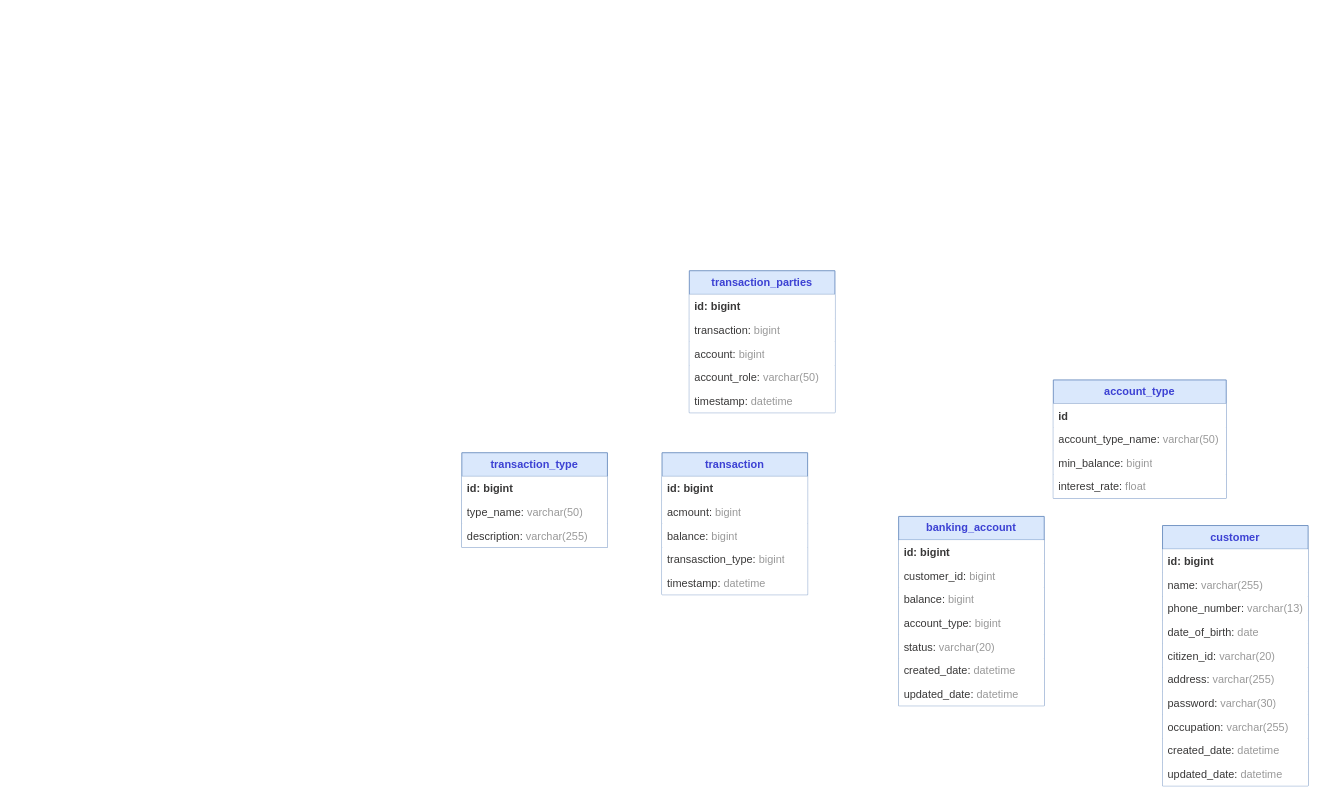
dhuy00/diagram keeps this draw.io diagram as banking/database/Banking Diagram.drawio. Above is the earlier version. Source tidied: cells renumbered, new cells numbered last; positions are measured from the earlier drawing's top-left corner, leaving out a move shared by most shapes. Both pictures are drawn from the tidied source at 91%, with x=0, y=0 at pixel (461, 270).
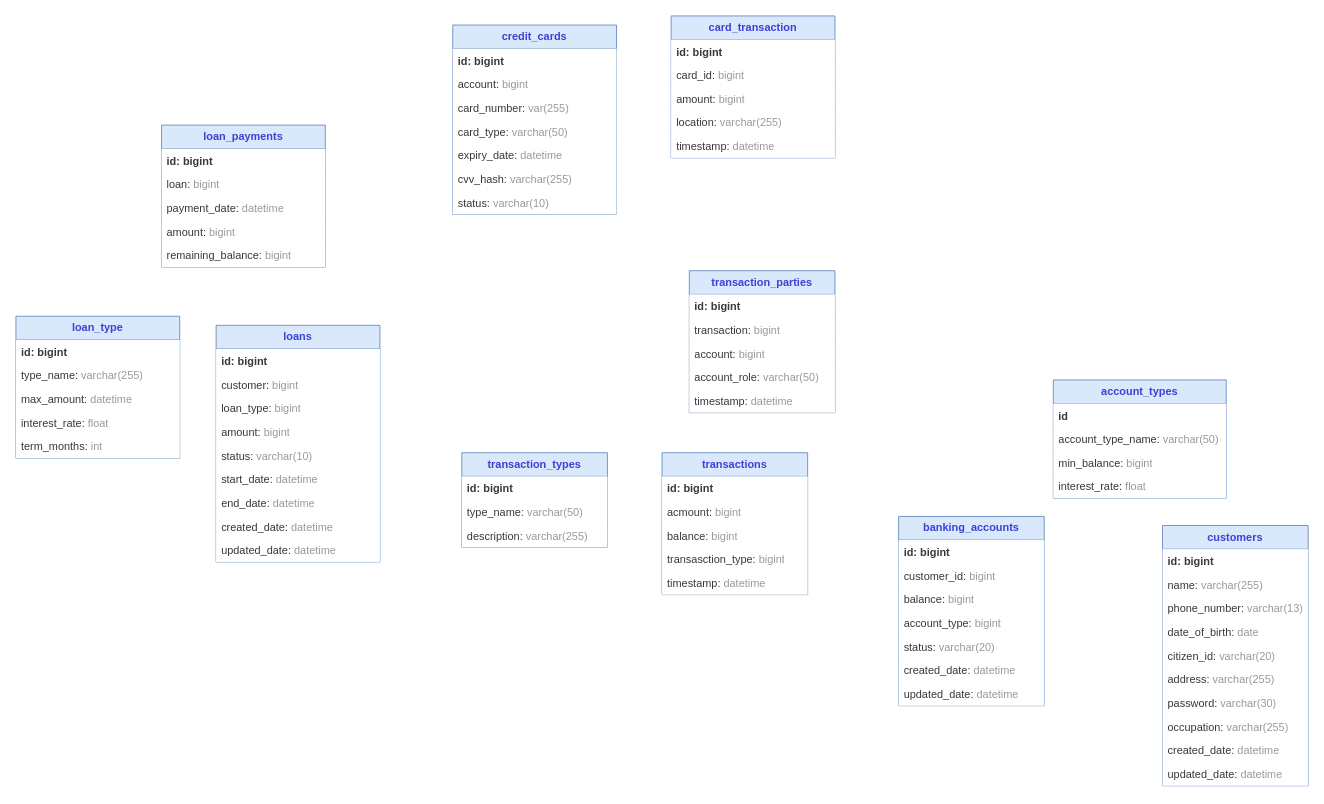
The same page after the edit.

What changed in the source:
```diff
@@
-    <mxCell id="2" value="customer" style="swimlane;fontStyle=1;horizontal=1;startSize=26;fillColor=#dae8fc;whiteSpace=wrap;html=1;strokeColor=#6c8ebf;fontColor=light-dark(#3c41d3, #ededed);" parent="1" vertex="1">
+    <mxCell id="2" value="customers" style="swimlane;fontStyle=1;horizontal=1;startSize=26;fillColor=#dae8fc;whiteSpace=wrap;html=1;strokeColor=#6c8ebf;fontColor=light-dark(#3c41d3, #ededed);" parent="1" vertex="1">
       <mxGeometry x="770" y="280" width="160" height="286" as="geometry" />
     </mxCell>
@@
-    <mxCell id="13" value="banking_account" style="swimlane;fontStyle=1;horizontal=1;startSize=26;fillColor=#dae8fc;whiteSpace=wrap;html=1;strokeColor=#6c8ebf;fontColor=light-dark(#3c41d3, #ededed);" parent="1" vertex="1">
+    <mxCell id="13" value="banking_accounts" style="swimlane;fontStyle=1;horizontal=1;startSize=26;fillColor=#dae8fc;whiteSpace=wrap;html=1;strokeColor=#6c8ebf;fontColor=light-dark(#3c41d3, #ededed);" parent="1" vertex="1">
       <mxGeometry x="480" y="270" width="160" height="208" as="geometry" />
     </mxCell>
@@
-    <mxCell id="21" value="account_type" style="swimlane;fontStyle=1;horizontal=1;startSize=26;fillColor=#dae8fc;whiteSpace=wrap;html=1;strokeColor=#6c8ebf;fontColor=light-dark(#3c41d3, #ededed);" parent="1" vertex="1">
+    <mxCell id="21" value="account_types" style="swimlane;fontStyle=1;horizontal=1;startSize=26;fillColor=#dae8fc;whiteSpace=wrap;html=1;strokeColor=#6c8ebf;fontColor=light-dark(#3c41d3, #ededed);" parent="1" vertex="1">
       <mxGeometry x="650" y="120" width="190" height="130" as="geometry" />
     </mxCell>
@@
-    <mxCell id="26" value="transaction" style="swimlane;fontStyle=1;horizontal=1;startSize=26;fillColor=#dae8fc;whiteSpace=wrap;html=1;strokeColor=#6c8ebf;fontColor=light-dark(#3c41d3, #ededed);" parent="1" vertex="1">
+    <mxCell id="26" value="transactions" style="swimlane;fontStyle=1;horizontal=1;startSize=26;fillColor=#dae8fc;whiteSpace=wrap;html=1;strokeColor=#6c8ebf;fontColor=light-dark(#3c41d3, #ededed);" parent="1" vertex="1">
       <mxGeometry x="220" y="200" width="160" height="156" as="geometry" />
     </mxCell>
@@
-    <mxCell id="32" value="transaction_type" style="swimlane;fontStyle=1;horizontal=1;startSize=26;fillColor=#dae8fc;whiteSpace=wrap;html=1;strokeColor=#6c8ebf;fontColor=light-dark(#3c41d3, #ededed);" parent="1" vertex="1">
+    <mxCell id="32" value="transaction_types" style="swimlane;fontStyle=1;horizontal=1;startSize=26;fillColor=#dae8fc;whiteSpace=wrap;html=1;strokeColor=#6c8ebf;fontColor=light-dark(#3c41d3, #ededed);" parent="1" vertex="1">
       <mxGeometry y="200" width="160" height="104" as="geometry" />
     </mxCell>
@@
+    <mxCell id="42" value="loans" style="swimlane;fontStyle=1;horizontal=1;startSize=26;fillColor=#dae8fc;whiteSpace=wrap;html=1;strokeColor=#6c8ebf;fontColor=light-dark(#3c41d3, #ededed);" parent="1" vertex="1">
+      <mxGeometry x="-270" y="60" width="180" height="260" as="geometry" />
+    </mxCell>
+    <mxCell id="43" value="id: bigint" style="text;strokeColor=none;fillColor=default;align=left;verticalAlign=top;spacingLeft=4;spacingRight=4;overflow=hidden;whiteSpace=wrap;html=1;fontStyle=1;fontColor=light-dark(#393838, #ededed);" parent="42" vertex="1">
+      <mxGeometry y="26" width="180" height="26" as="geometry" />
+    </mxCell>
+    <mxCell id="44" value="customer: &lt;font style=&quot;color: rgb(153, 153, 153);&quot;&gt;bigint&lt;/font&gt;" style="text;strokeColor=none;fillColor=default;align=left;verticalAlign=top;spacingLeft=4;spacingRight=4;overflow=hidden;whiteSpace=wrap;html=1;fontColor=light-dark(#393838,#EDEDED);" parent="42" vertex="1">
+      <mxGeometry y="52" width="180" height="26" as="geometry" />
+    </mxCell>
+    <mxCell id="45" value="loan_type:&amp;nbsp;&lt;span style=&quot;color: rgb(153, 153, 153);&quot;&gt;bigint&lt;/span&gt;" style="text;strokeColor=none;fillColor=default;align=left;verticalAlign=top;spacingLeft=4;spacingRight=4;overflow=hidden;whiteSpace=wrap;html=1;fontColor=#393838;" parent="42" vertex="1">
+      <mxGeometry y="78" width="180" height="26" as="geometry" />
+    </mxCell>
+    <mxCell id="46" value="amount: &lt;font style=&quot;color: rgb(153, 153, 153);&quot;&gt;bigint&lt;/font&gt;" style="text;strokeColor=none;fillColor=default;align=left;verticalAlign=top;spacingLeft=4;spacingRight=4;overflow=hidden;whiteSpace=wrap;html=1;fontColor=#393838;" parent="42" vertex="1">
+      <mxGeometry y="104" width="180" height="26" as="geometry" />
+    </mxCell>
+    <mxCell id="47" value="status: &lt;font color=&quot;#999999&quot;&gt;varchar(10)&lt;/font&gt;" style="text;strokeColor=none;fillColor=default;align=left;verticalAlign=top;spacingLeft=4;spacingRight=4;overflow=hidden;whiteSpace=wrap;html=1;fontColor=#393838;" parent="42" vertex="1">
+      <mxGeometry y="130" width="180" height="26" as="geometry" />
+    </mxCell>
+    <mxCell id="48" value="start_date: &lt;font color=&quot;#999999&quot;&gt;datetime&lt;/font&gt;" style="text;strokeColor=none;fillColor=default;align=left;verticalAlign=top;spacingLeft=4;spacingRight=4;overflow=hidden;whiteSpace=wrap;html=1;fontColor=#393838;" parent="42" vertex="1">
+      <mxGeometry y="156" width="180" height="26" as="geometry" />
+    </mxCell>
+    <mxCell id="49" value="end_date: &lt;font color=&quot;#999999&quot;&gt;datetime&lt;/font&gt;" style="text;strokeColor=none;fillColor=default;align=left;verticalAlign=top;spacingLeft=4;spacingRight=4;overflow=hidden;whiteSpace=wrap;html=1;fontColor=#393838;" parent="42" vertex="1">
+      <mxGeometry y="182" width="180" height="26" as="geometry" />
+    </mxCell>
+    <mxCell id="50" value="created_date: &lt;font color=&quot;#999999&quot;&gt;datetime&lt;/font&gt;" style="text;strokeColor=none;fillColor=default;align=left;verticalAlign=top;spacingLeft=4;spacingRight=4;overflow=hidden;whiteSpace=wrap;html=1;fontColor=#393838;" parent="42" vertex="1">
+      <mxGeometry y="208" width="180" height="26" as="geometry" />
+    </mxCell>
+    <mxCell id="51" value="updated_date: &lt;font color=&quot;#999999&quot;&gt;datetime&lt;/font&gt;" style="text;strokeColor=none;fillColor=default;align=left;verticalAlign=top;spacingLeft=4;spacingRight=4;overflow=hidden;whiteSpace=wrap;html=1;fontColor=#393838;" parent="42" vertex="1">
+      <mxGeometry y="234" width="180" height="26" as="geometry" />
+    </mxCell>
+    <mxCell id="52" value="loan_type" style="swimlane;fontStyle=1;horizontal=1;startSize=26;fillColor=#dae8fc;whiteSpace=wrap;html=1;strokeColor=#6c8ebf;fontColor=light-dark(#3c41d3, #ededed);" parent="1" vertex="1">
+      <mxGeometry x="-490" y="50" width="180" height="156" as="geometry" />
+    </mxCell>
+    <mxCell id="53" value="id: bigint" style="text;strokeColor=none;fillColor=default;align=left;verticalAlign=top;spacingLeft=4;spacingRight=4;overflow=hidden;whiteSpace=wrap;html=1;fontStyle=1;fontColor=light-dark(#393838, #ededed);" parent="52" vertex="1">
+      <mxGeometry y="26" width="180" height="26" as="geometry" />
+    </mxCell>
+    <mxCell id="54" value="type_name: &lt;font color=&quot;#999999&quot;&gt;varchar(255)&lt;/font&gt;" style="text;strokeColor=none;fillColor=default;align=left;verticalAlign=top;spacingLeft=4;spacingRight=4;overflow=hidden;whiteSpace=wrap;html=1;fontColor=#393838;" parent="52" vertex="1">
+      <mxGeometry y="52" width="180" height="26" as="geometry" />
+    </mxCell>
+    <mxCell id="55" value="max_amount: &lt;font color=&quot;#999999&quot;&gt;datetime&lt;/font&gt;" style="text;strokeColor=none;fillColor=default;align=left;verticalAlign=top;spacingLeft=4;spacingRight=4;overflow=hidden;whiteSpace=wrap;html=1;fontColor=#393838;" parent="52" vertex="1">
+      <mxGeometry y="78" width="180" height="26" as="geometry" />
+    </mxCell>
+    <mxCell id="56" value="interest_rate: &lt;font color=&quot;#999999&quot;&gt;float&lt;/font&gt;" style="text;strokeColor=none;fillColor=default;align=left;verticalAlign=top;spacingLeft=4;spacingRight=4;overflow=hidden;whiteSpace=wrap;html=1;fontColor=#393838;" parent="52" vertex="1">
+      <mxGeometry y="104" width="180" height="26" as="geometry" />
+    </mxCell>
+    <mxCell id="57" value="term_months: &lt;font color=&quot;#999999&quot;&gt;int&lt;/font&gt;" style="text;strokeColor=none;fillColor=default;align=left;verticalAlign=top;spacingLeft=4;spacingRight=4;overflow=hidden;whiteSpace=wrap;html=1;fontColor=#393838;" parent="52" vertex="1">
+      <mxGeometry y="130" width="180" height="26" as="geometry" />
+    </mxCell>
+    <mxCell id="58" value="loan_payments" style="swimlane;fontStyle=1;horizontal=1;startSize=26;fillColor=#dae8fc;whiteSpace=wrap;html=1;strokeColor=#6c8ebf;fontColor=light-dark(#3c41d3, #ededed);" parent="1" vertex="1">
+      <mxGeometry x="-330" y="-160" width="180" height="156" as="geometry" />
+    </mxCell>
+    <mxCell id="59" value="id: bigint" style="text;strokeColor=none;fillColor=default;align=left;verticalAlign=top;spacingLeft=4;spacingRight=4;overflow=hidden;whiteSpace=wrap;html=1;fontStyle=1;fontColor=light-dark(#393838, #ededed);" parent="58" vertex="1">
+      <mxGeometry y="26" width="180" height="26" as="geometry" />
+    </mxCell>
+    <mxCell id="60" value="loan: &lt;font style=&quot;color: rgb(153, 153, 153);&quot;&gt;bigint&lt;/font&gt;" style="text;strokeColor=none;fillColor=default;align=left;verticalAlign=top;spacingLeft=4;spacingRight=4;overflow=hidden;whiteSpace=wrap;html=1;fontColor=light-dark(#393838,#EDEDED);" parent="58" vertex="1">
+      <mxGeometry y="52" width="180" height="26" as="geometry" />
+    </mxCell>
+    <mxCell id="61" value="payment_date:&amp;nbsp;&lt;span style=&quot;color: rgb(153, 153, 153);&quot;&gt;datetime&lt;/span&gt;" style="text;strokeColor=none;fillColor=default;align=left;verticalAlign=top;spacingLeft=4;spacingRight=4;overflow=hidden;whiteSpace=wrap;html=1;fontColor=#393838;" parent="58" vertex="1">
+      <mxGeometry y="78" width="180" height="26" as="geometry" />
+    </mxCell>
+    <mxCell id="62" value="amount: &lt;font style=&quot;color: rgb(153, 153, 153);&quot;&gt;bigint&lt;/font&gt;" style="text;strokeColor=none;fillColor=default;align=left;verticalAlign=top;spacingLeft=4;spacingRight=4;overflow=hidden;whiteSpace=wrap;html=1;fontColor=#393838;" parent="58" vertex="1">
+      <mxGeometry y="104" width="180" height="26" as="geometry" />
+    </mxCell>
+    <mxCell id="63" value="remaining_balance: &lt;font style=&quot;color: rgb(153, 153, 153);&quot;&gt;bigint&lt;/font&gt;" style="text;strokeColor=none;fillColor=default;align=left;verticalAlign=top;spacingLeft=4;spacingRight=4;overflow=hidden;whiteSpace=wrap;html=1;fontColor=#393838;" parent="58" vertex="1">
+      <mxGeometry y="130" width="180" height="26" as="geometry" />
+    </mxCell>
+    <mxCell id="64" value="credit_cards" style="swimlane;fontStyle=1;horizontal=1;startSize=26;fillColor=#dae8fc;whiteSpace=wrap;html=1;strokeColor=#6c8ebf;fontColor=light-dark(#3c41d3, #ededed);" parent="1" vertex="1">
+      <mxGeometry x="-10" y="-270" width="180" height="208" as="geometry" />
+    </mxCell>
+    <mxCell id="65" value="id: bigint" style="text;strokeColor=none;fillColor=default;align=left;verticalAlign=top;spacingLeft=4;spacingRight=4;overflow=hidden;whiteSpace=wrap;html=1;fontStyle=1;fontColor=light-dark(#393838, #ededed);" parent="64" vertex="1">
+      <mxGeometry y="26" width="180" height="26" as="geometry" />
+    </mxCell>
+    <mxCell id="66" value="account: &lt;font style=&quot;color: rgb(153, 153, 153);&quot;&gt;bigint&lt;/font&gt;" style="text;strokeColor=none;fillColor=default;align=left;verticalAlign=top;spacingLeft=4;spacingRight=4;overflow=hidden;whiteSpace=wrap;html=1;fontColor=light-dark(#393838,#EDEDED);" parent="64" vertex="1">
+      <mxGeometry y="52" width="180" height="26" as="geometry" />
+    </mxCell>
+    <mxCell id="67" value="card_number:&amp;nbsp;&lt;span style=&quot;color: rgb(153, 153, 153);&quot;&gt;var(255)&lt;/span&gt;" style="text;strokeColor=none;fillColor=default;align=left;verticalAlign=top;spacingLeft=4;spacingRight=4;overflow=hidden;whiteSpace=wrap;html=1;fontColor=#393838;" parent="64" vertex="1">
+      <mxGeometry y="78" width="180" height="26" as="geometry" />
+    </mxCell>
+    <mxCell id="68" value="card_type: &lt;font color=&quot;#999999&quot;&gt;varchar(50)&lt;/font&gt;" style="text;strokeColor=none;fillColor=default;align=left;verticalAlign=top;spacingLeft=4;spacingRight=4;overflow=hidden;whiteSpace=wrap;html=1;fontColor=#393838;" parent="64" vertex="1">
+      <mxGeometry y="104" width="180" height="26" as="geometry" />
+    </mxCell>
+    <mxCell id="69" value="expiry_date: &lt;font style=&quot;color: rgb(153, 153, 153);&quot;&gt;datetime&lt;/font&gt;" style="text;strokeColor=none;fillColor=default;align=left;verticalAlign=top;spacingLeft=4;spacingRight=4;overflow=hidden;whiteSpace=wrap;html=1;fontColor=#393838;" parent="64" vertex="1">
+      <mxGeometry y="130" width="180" height="26" as="geometry" />
+    </mxCell>
+    <mxCell id="70" value="cvv_hash: &lt;font style=&quot;color: rgb(153, 153, 153);&quot;&gt;varchar(255)&lt;/font&gt;" style="text;strokeColor=none;fillColor=default;align=left;verticalAlign=top;spacingLeft=4;spacingRight=4;overflow=hidden;whiteSpace=wrap;html=1;fontColor=#393838;" parent="64" vertex="1">
+      <mxGeometry y="156" width="180" height="26" as="geometry" />
+    </mxCell>
+    <mxCell id="71" value="status: &lt;font style=&quot;color: rgb(153, 153, 153);&quot;&gt;varchar(10)&lt;/font&gt;" style="text;strokeColor=none;fillColor=default;align=left;verticalAlign=top;spacingLeft=4;spacingRight=4;overflow=hidden;whiteSpace=wrap;html=1;fontColor=#393838;" parent="64" vertex="1">
+      <mxGeometry y="182" width="180" height="26" as="geometry" />
+    </mxCell>
+    <mxCell id="72" value="card_transaction" style="swimlane;fontStyle=1;horizontal=1;startSize=26;fillColor=#dae8fc;whiteSpace=wrap;html=1;strokeColor=#6c8ebf;fontColor=light-dark(#3c41d3, #ededed);" parent="1" vertex="1">
+      <mxGeometry x="230" y="-280" width="180" height="156" as="geometry" />
+    </mxCell>
+    <mxCell id="73" value="id: bigint" style="text;strokeColor=none;fillColor=default;align=left;verticalAlign=top;spacingLeft=4;spacingRight=4;overflow=hidden;whiteSpace=wrap;html=1;fontStyle=1;fontColor=light-dark(#393838, #ededed);" parent="72" vertex="1">
+      <mxGeometry y="26" width="180" height="26" as="geometry" />
+    </mxCell>
+    <mxCell id="74" value="card_id: &lt;font style=&quot;color: rgb(153, 153, 153);&quot;&gt;bigint&lt;/font&gt;" style="text;strokeColor=none;fillColor=default;align=left;verticalAlign=top;spacingLeft=4;spacingRight=4;overflow=hidden;whiteSpace=wrap;html=1;fontColor=light-dark(#393838,#EDEDED);" parent="72" vertex="1">
+      <mxGeometry y="52" width="180" height="26" as="geometry" />
+    </mxCell>
+    <mxCell id="75" value="amount: &lt;font color=&quot;#999999&quot;&gt;bigint&lt;/font&gt;" style="text;strokeColor=none;fillColor=default;align=left;verticalAlign=top;spacingLeft=4;spacingRight=4;overflow=hidden;whiteSpace=wrap;html=1;fontColor=#393838;" parent="72" vertex="1">
+      <mxGeometry y="78" width="180" height="26" as="geometry" />
+    </mxCell>
+    <mxCell id="76" value="location: &lt;font color=&quot;#999999&quot;&gt;varchar(255)&lt;/font&gt;" style="text;strokeColor=none;fillColor=default;align=left;verticalAlign=top;spacingLeft=4;spacingRight=4;overflow=hidden;whiteSpace=wrap;html=1;fontColor=#393838;" parent="72" vertex="1">
+      <mxGeometry y="104" width="180" height="26" as="geometry" />
+    </mxCell>
+    <mxCell id="77" value="timestamp: &lt;font color=&quot;#999999&quot;&gt;datetime&lt;/font&gt;" style="text;strokeColor=none;fillColor=default;align=left;verticalAlign=top;spacingLeft=4;spacingRight=4;overflow=hidden;whiteSpace=wrap;html=1;fontColor=#393838;" parent="72" vertex="1">
+      <mxGeometry y="130" width="180" height="26" as="geometry" />
+    </mxCell>
```
